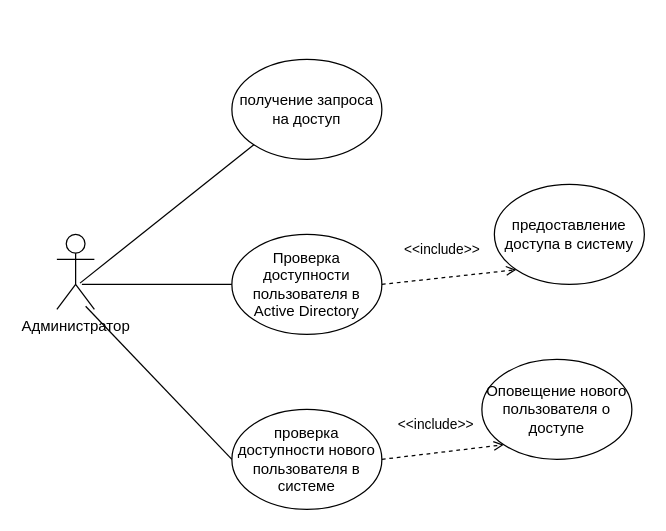
Before: page "UML новый пользователь" (6 of 9) of Диаграммы/UML_диаграммы.drawio in Cepheymusic/System-engineering, a draw.io diagram. Source tidied: cells renumbered, new cells numbered last; positions are measured from the earlier drawing's top-left corner, leaving out a move shared by most shapes. Both pictures are drawn from the tidied source at 125%, with x=0, y=0 at pixel (56, 59).
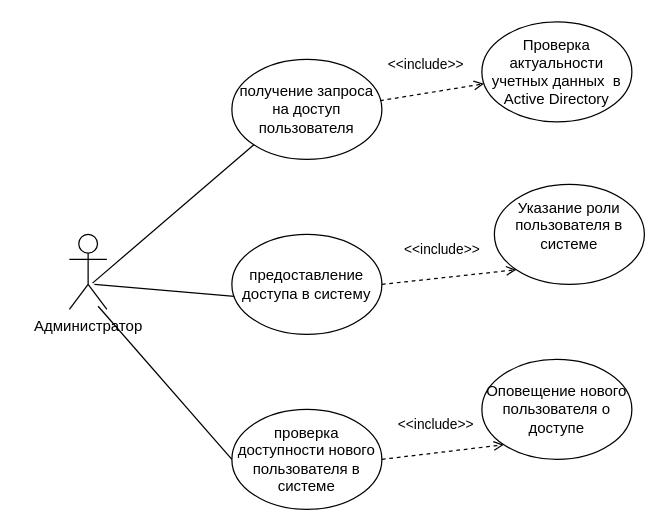
Above is the later version.

What changed in the source:
```diff
@@
 <mxGraphModel>
   <root>
     <mxCell id="0" />
     <mxCell id="1" parent="0" />
     <mxCell id="2" value="Администратор&lt;div&gt;&lt;br&gt;&lt;/div&gt;" style="shape=umlActor;verticalLabelPosition=bottom;verticalAlign=top;html=1;" parent="1" vertex="1">
-      <mxGeometry y="140" width="30" height="60" as="geometry" />
+      <mxGeometry x="10" y="140" width="30" height="60" as="geometry" />
     </mxCell>
-    <mxCell id="3" value="получение запроса на доступ" style="ellipse;html=1;whiteSpace=wrap;" parent="1" vertex="1">
+    <mxCell id="3" value="получение запроса на доступ пользователя" style="ellipse;html=1;whiteSpace=wrap;" parent="1" vertex="1">
       <mxGeometry x="140" width="120" height="80" as="geometry" />
     </mxCell>
     <mxCell id="4" style="endArrow=none;startArrow=none;endFill=0;startFill=0;endSize=8;html=1;verticalAlign=bottom;labelBackgroundColor=none;strokeWidth=1;rounded=0;exitX=0.617;exitY=0.65;exitDx=0;exitDy=0;exitPerimeter=0;entryX=0;entryY=1;entryDx=0;entryDy=0;strokeColor=default;align=center;fontFamily=Helvetica;fontSize=11;fontColor=default;" parent="1" edge="1" source="2" target="3">
       <mxGeometry relative="1" as="geometry" />
     </mxCell>
-    <mxCell id="5" value="Проверка доступности пользователя в Аctive Directory" style="ellipse;html=1;whiteSpace=wrap;" parent="1" vertex="1">
-      <mxGeometry x="140" y="140" width="120" height="80" as="geometry" />
-    </mxCell>
-    <mxCell id="6" style="endArrow=none;startArrow=none;endFill=0;startFill=0;endSize=8;html=1;verticalAlign=bottom;labelBackgroundColor=none;strokeWidth=1;rounded=0;exitX=0.667;exitY=0.667;exitDx=0;exitDy=0;exitPerimeter=0;entryX=0;entryY=0.5;entryDx=0;entryDy=0;strokeColor=default;align=center;fontFamily=Helvetica;fontSize=11;fontColor=default;" parent="1" edge="1" source="2" target="5">
+    <mxCell id="6" style="endArrow=none;startArrow=none;endFill=0;startFill=0;endSize=8;html=1;verticalAlign=bottom;labelBackgroundColor=none;strokeWidth=1;rounded=0;exitX=0.667;exitY=0.667;exitDx=0;exitDy=0;exitPerimeter=0;entryX=0.017;entryY=0.619;entryDx=0;entryDy=0;strokeColor=default;align=center;fontFamily=Helvetica;fontSize=11;fontColor=default;entryPerimeter=0;" parent="1" edge="1" source="2" target="15">
       <mxGeometry relative="1" as="geometry" />
     </mxCell>
-    <mxCell id="7" value="предоставление доступа в систему" style="ellipse;html=1;whiteSpace=wrap;" parent="1" vertex="1">
+    <mxCell id="7" value="Указание роли пользователя в системе&lt;br&gt;&lt;div&gt;&lt;br&gt;&lt;/div&gt;" style="ellipse;html=1;whiteSpace=wrap;" parent="1" vertex="1">
       <mxGeometry x="350" y="100" width="120" height="80" as="geometry" />
     </mxCell>
-    <mxCell id="8" value="&amp;lt;&amp;lt;include&amp;gt;&amp;gt;" style="endArrow=open;html=1;rounded=0;align=center;verticalAlign=bottom;dashed=1;endFill=0;labelBackgroundColor=none;exitX=1;exitY=0.5;exitDx=0;exitDy=0;entryX=0;entryY=1;entryDx=0;entryDy=0;" parent="1" edge="1" source="5" target="7">
+    <mxCell id="8" value="&amp;lt;&amp;lt;include&amp;gt;&amp;gt;" style="endArrow=open;html=1;rounded=0;align=center;verticalAlign=bottom;dashed=1;endFill=0;labelBackgroundColor=none;exitX=1;exitY=0.5;exitDx=0;exitDy=0;entryX=0;entryY=1;entryDx=0;entryDy=0;" parent="1" edge="1" source="15" target="7">
       <mxGeometry x="-0.08" y="14" relative="1" as="geometry" />
     </mxCell>
     <mxCell id="9" value="проверка доступности нового пользователя в системе" style="ellipse;html=1;whiteSpace=wrap;" parent="1" vertex="1">
       <mxGeometry x="140" y="280" width="120" height="80" as="geometry" />
     </mxCell>
     <mxCell id="10" style="endArrow=none;startArrow=none;endFill=0;startFill=0;endSize=8;html=1;verticalAlign=bottom;labelBackgroundColor=none;strokeWidth=1;rounded=0;exitX=0.767;exitY=0.958;exitDx=0;exitDy=0;exitPerimeter=0;entryX=0;entryY=0.5;entryDx=0;entryDy=0;strokeColor=default;align=center;fontFamily=Helvetica;fontSize=11;fontColor=default;" parent="1" edge="1" source="2" target="9">
       <mxGeometry relative="1" as="geometry" />
     </mxCell>
     <mxCell id="11" value="Оповещение нового пользователя о доступе" style="ellipse;html=1;whiteSpace=wrap;" parent="1" vertex="1">
       <mxGeometry x="340" y="240" width="120" height="80" as="geometry" />
     </mxCell>
     <mxCell id="12" value="&amp;lt;&amp;lt;include&amp;gt;&amp;gt;" style="endArrow=open;html=1;rounded=0;align=center;verticalAlign=bottom;dashed=1;endFill=0;labelBackgroundColor=none;exitX=1;exitY=0.5;exitDx=0;exitDy=0;entryX=0;entryY=1;entryDx=0;entryDy=0;" parent="1" edge="1" source="9" target="11">
       <mxGeometry x="-0.08" y="14" relative="1" as="geometry" />
     </mxCell>
+    <mxCell id="13" value="Проверка актуальности учетных данных&amp;nbsp; в Аctive Directory" style="ellipse;html=1;whiteSpace=wrap;" parent="1" vertex="1">
+      <mxGeometry x="340" y="-30" width="120" height="80" as="geometry" />
+    </mxCell>
+    <mxCell id="14" value="&amp;lt;&amp;lt;include&amp;gt;&amp;gt;" style="endArrow=open;html=1;rounded=0;align=center;verticalAlign=bottom;dashed=1;endFill=0;labelBackgroundColor=none;exitX=0.988;exitY=0.413;exitDx=0;exitDy=0;exitPerimeter=0;" parent="1" edge="1" source="3" target="13">
+      <mxGeometry x="-0.08" y="14" relative="1" as="geometry" />
+    </mxCell>
+    <mxCell id="15" value="предоставление доступа в систему" style="ellipse;html=1;whiteSpace=wrap;" parent="1" vertex="1">
+      <mxGeometry x="140" y="140" width="120" height="80" as="geometry" />
+    </mxCell>
   </root>
 </mxGraphModel>
```
